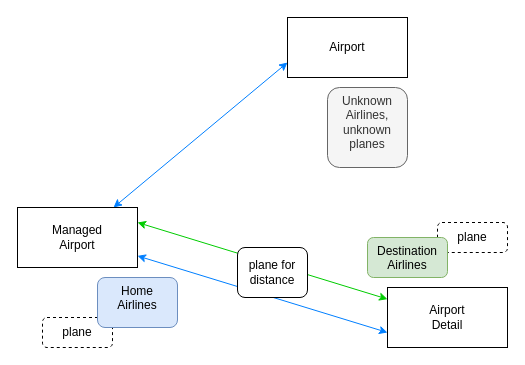
The draw.io diagram docs/airport types.drawio in devleaks/emitpy, before the edit. Source tidied: cells renumbered, new cells numbered last; positions are measured from the earlier drawing's top-left corner, leaving out a move shared by most shapes. Both pictures are drawn from the tidied source at 100%, with x=0, y=0 at pixel (17, 17).
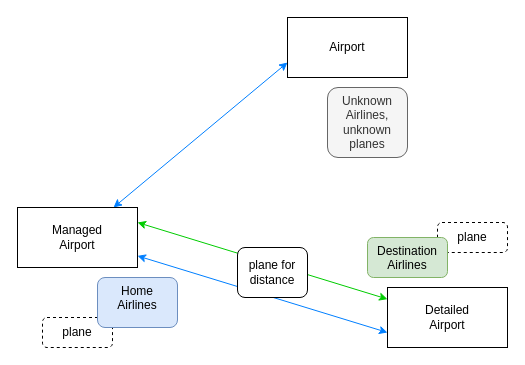
The same page after the edit.

What changed in the source:
```diff
@@
 <mxGraphModel>
   <root>
     <mxCell id="0" />
     <mxCell id="1" parent="0" />
     <mxCell id="2" value="plane" style="rounded=1;whiteSpace=wrap;html=1;dashed=1;" parent="1" vertex="1">
       <mxGeometry x="420" y="205" width="70" height="30" as="geometry" />
     </mxCell>
     <mxCell id="3" value="plane" style="rounded=1;whiteSpace=wrap;html=1;dashed=1;" parent="1" vertex="1">
       <mxGeometry x="25" y="300" width="70" height="30" as="geometry" />
     </mxCell>
     <mxCell id="4" style="rounded=0;jettySize=auto;html=1;entryX=0;entryY=0.5;entryDx=0;entryDy=0;shape=link;strokeColor=none;" parent="1" edge="1" source="14" target="9">
       <mxGeometry relative="1" as="geometry" />
     </mxCell>
     <mxCell id="5" style="edgeStyle=none;rounded=0;jettySize=auto;html=1;entryX=0;entryY=0.75;entryDx=0;entryDy=0;startArrow=classic;startFill=1;strokeColor=#007FFF;" parent="1" edge="1" source="8" target="9">
       <mxGeometry relative="1" as="geometry" />
     </mxCell>
     <mxCell id="6" style="edgeStyle=none;rounded=0;jettySize=auto;html=1;entryX=0;entryY=0.75;entryDx=0;entryDy=0;startArrow=classic;startFill=1;strokeColor=#007FFF;" parent="1" edge="1" source="8" target="10">
       <mxGeometry relative="1" as="geometry" />
     </mxCell>
     <mxCell id="7" style="edgeStyle=none;rounded=0;jettySize=auto;html=1;startArrow=classic;startFill=1;fontColor=#CCCCCC;strokeColor=#00CC00;exitX=1;exitY=0.25;exitDx=0;exitDy=0;" parent="1" edge="1" source="8" target="9">
       <mxGeometry relative="1" as="geometry" />
     </mxCell>
     <mxCell id="8" value="Managed&lt;br&gt;Airport" style="rounded=0;whiteSpace=wrap;html=1;" parent="1" vertex="1">
       <mxGeometry y="190" width="120" height="60" as="geometry" />
     </mxCell>
-    <mxCell id="9" value="Airport&lt;br&gt;Detail" style="rounded=0;whiteSpace=wrap;html=1;" parent="1" vertex="1">
+    <mxCell id="9" value="Detailed&lt;br&gt;Airport" style="rounded=0;whiteSpace=wrap;html=1;" parent="1" vertex="1">
       <mxGeometry x="370" y="270" width="120" height="60" as="geometry" />
     </mxCell>
     <mxCell id="10" value="Airport" style="rounded=0;whiteSpace=wrap;html=1;" parent="1" vertex="1">
       <mxGeometry x="270" width="120" height="60" as="geometry" />
     </mxCell>
     <mxCell id="11" value="Home&lt;br&gt;Airlines" style="rounded=1;whiteSpace=wrap;html=1;verticalAlign=top;fillColor=#dae8fc;strokeColor=#6c8ebf;" parent="1" vertex="1">
       <mxGeometry x="80" y="260" width="80" height="50" as="geometry" />
     </mxCell>
     <mxCell id="12" value="Destination&lt;br&gt;Airlines" style="rounded=1;whiteSpace=wrap;html=1;verticalAlign=top;fillColor=#d5e8d4;strokeColor=#82b366;" parent="1" vertex="1">
       <mxGeometry x="350" y="220" width="80" height="40" as="geometry" />
     </mxCell>
     <mxCell id="13" value="Unknown&lt;br&gt;Airlines,&lt;br&gt;unknown&lt;br&gt;planes" style="rounded=1;whiteSpace=wrap;html=1;verticalAlign=top;fontColor=#333333;fillColor=#f5f5f5;strokeColor=#666666;" parent="1" vertex="1">
-      <mxGeometry x="310" y="70" width="80" height="80" as="geometry" />
+      <mxGeometry x="310" y="70" width="80" height="70" as="geometry" />
     </mxCell>
     <mxCell id="14" value="plane for&lt;br&gt;distance" style="rounded=1;whiteSpace=wrap;html=1;" parent="1" vertex="1">
       <mxGeometry x="220" y="230" width="70" height="50" as="geometry" />
     </mxCell>
     <mxCell id="15" style="rounded=0;jettySize=auto;html=1;entryX=0;entryY=0.5;entryDx=0;entryDy=0;shape=link;strokeColor=none;" parent="1" edge="1" source="8" target="14">
       <mxGeometry relative="1" as="geometry" />
     </mxCell>
   </root>
 </mxGraphModel>
```
